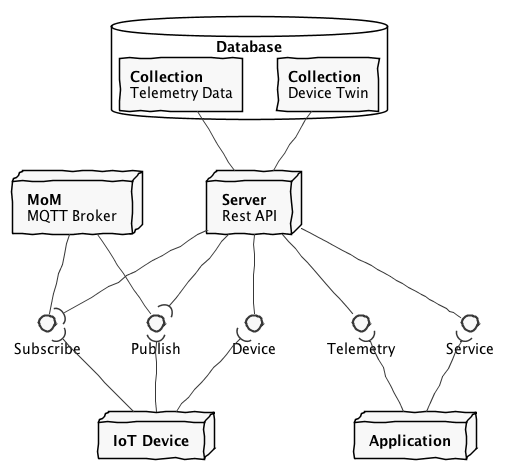
This is docs/out/figures/uml/architecture/architecture.png from AlexKarlsen/IoT-Technology-Course, a PlantUML export, as it was before one commit.
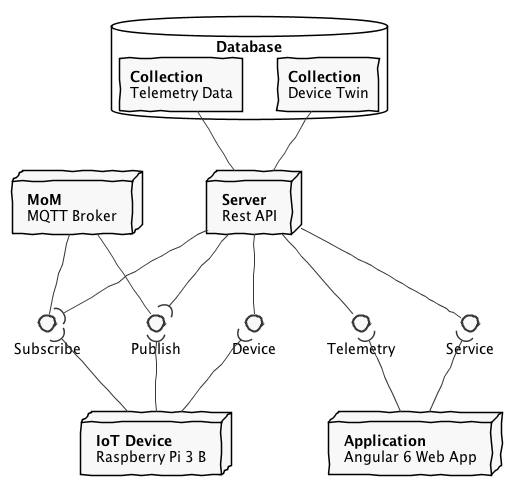
The same file after the commit.

Change to the diagram source:
```diff
@@ -4,9 +4,9 @@
 skinparam shadowing false
 
 node mqtt as "**MoM**\nMQTT Broker"
-node device as "**IoT Device**"
+node device as "**IoT Device**\nRaspberry Pi 3 B"
 node server as "**Server**\nRest API"
-node app as "**Application**"
+node app as "**Application**\n Angular 6 Web App"
 database db as "Database" {
     rectangle twin as "**Collection**\nDevice Twin"
     rectangle telemetry as "**Collection**\nTelemetry Data"
```
